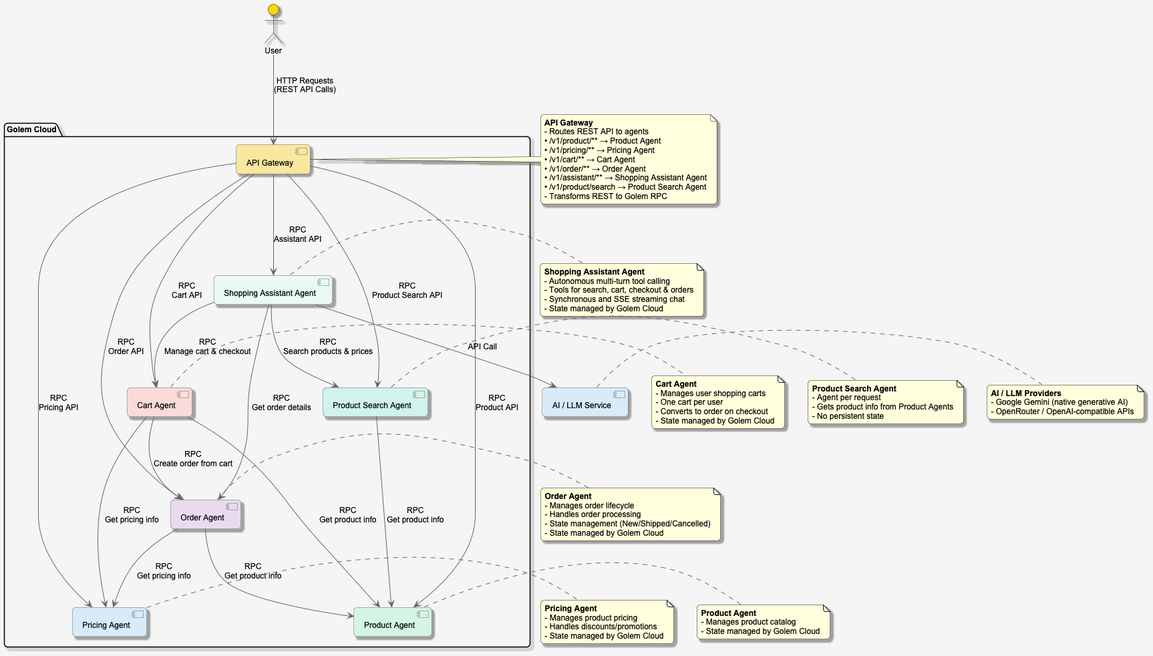
justcoon/golem-shopping-effect keeps this PlantUML diagram as architecture.png. Above is the earlier version.
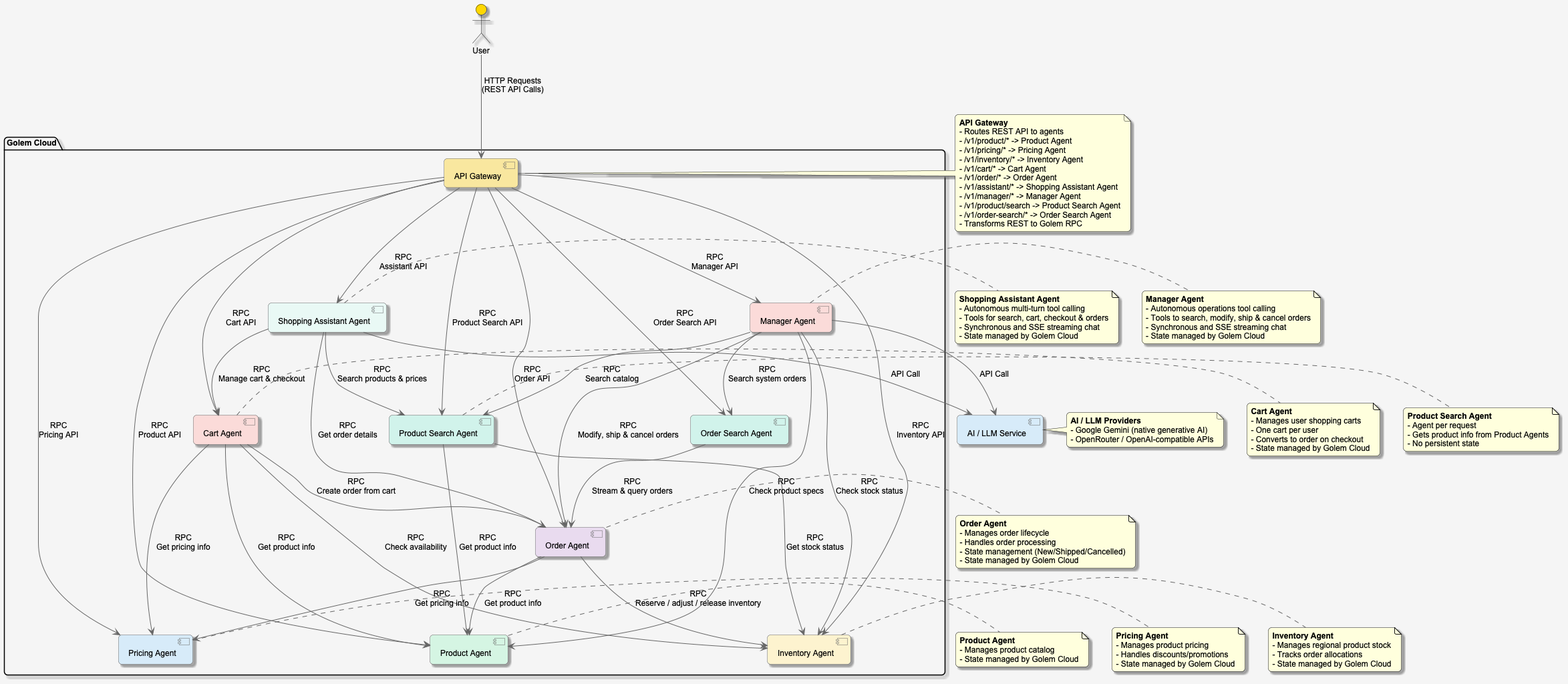
Above is the later version.

What changed in the source:
```diff
@@ -16,41 +16,66 @@
     [API Gateway] as gateway #F9E79F
     [Product Agent] as product #D5F5E3
     [Pricing Agent] as pricing #D6EAF8
+    [Inventory Agent] as inventory #FCF3CF
     [Cart Agent] as cart #FADBD8
     [Order Agent] as order #E8DAEF
     [Product Search Agent] as product_search #D1F2EB
+    [Order Search Agent] as order_search #D1F2EB
     [Shopping Assistant Agent] as assistant #E8F8F5
+    [Manager Agent] as manager #FADBD8
 }
+
+[AI / LLM Service] as llm #D6EAF8
 
 user --> gateway : "HTTP Requests\n(REST API Calls)"
 
 gateway --> product : "RPC\nProduct API"
 gateway --> pricing : "RPC\nPricing API"
+gateway --> inventory : "RPC\nInventory API"
 gateway --> cart : "RPC\nCart API"
 gateway --> order : "RPC\nOrder API"
 gateway --> product_search : "RPC\nProduct Search API"
+gateway --> order_search : "RPC\nOrder Search API"
 gateway --> assistant : "RPC\nAssistant API"
+gateway --> manager : "RPC\nManager API"
 
 cart --> product : "RPC\nGet product info"
 cart --> pricing : "RPC\nGet pricing info"
+cart --> inventory : "RPC\nCheck availability"
 cart --> order : "RPC\nCreate order from cart"
 order --> product : "RPC\nGet product info"
 order --> pricing : "RPC\nGet pricing info"
+order --> inventory : "RPC\nReserve / adjust / release inventory"
 product_search --> product : "RPC\nGet product info"
+product_search --> inventory : "RPC\nGet stock status"
 
 assistant --> product_search : "RPC\nSearch products & prices"
 assistant --> cart : "RPC\nManage cart & checkout"
 assistant --> order : "RPC\nGet order details"
 
+order_search --> order : "RPC\nStream & query orders"
+
+manager --> order : "RPC\nModify, ship & cancel orders"
+manager --> order_search : "RPC\nSearch system orders"
+manager --> product : "RPC\nCheck product specs"
+manager --> inventory : "RPC\nCheck stock status"
+manager --> product_search : "RPC\nSearch catalog"
+
+assistant --> llm : "API Call"
+manager --> llm : "API Call"
+
 note right of gateway
   <b>API Gateway</b>
   - Routes REST API to agents
-  • /v1/product/** → Product Agent
-  • /v1/pricing/** → Pricing Agent
-  • /v1/cart/** → Cart Agent
-  • /v1/order/** → Order Agent
-  • /v1/assistant/** → Shopping Assistant Agent
-  • /v1/product/search → Product Search Agent
+  - /v1/product/* -> Product Agent
+  - /v1/pricing/* -> Pricing Agent
+  - /v1/inventory/* -> Inventory Agent
+  - /v1/cart/* -> Cart Agent
+  - /v1/order/* -> Order Agent
+  - /v1/assistant/* -> Shopping Assistant Agent
+  - /v1/manager/* -> Manager Agent
+  - /v1/product/search -> Product Search Agent
+  - /v1/order-search/* -> Order Search Agent
   - Transforms REST to Golem RPC
 end note
 
@@ -64,6 +89,13 @@
   <b>Pricing Agent</b>
   - Manages product pricing
   - Handles discounts/promotions
+  - State managed by Golem Cloud
+end note
+
+note right of inventory
+  <b>Inventory Agent</b>
+  - Manages regional product stock
+  - Tracks order allocations
   - State managed by Golem Cloud
 end note
 
@@ -90,10 +122,6 @@
   - No persistent state
 end note
 
-[AI / LLM Service] as llm #D6EAF8
-
-assistant --> llm : "API Call"
-
 note right of llm
   <b>AI / LLM Providers</b>
   - Google Gemini (native generative AI)
@@ -108,4 +136,12 @@
   - State managed by Golem Cloud
 end note
 
+note right of manager
+  <b>Manager Agent</b>
+  - Autonomous operations tool calling
+  - Tools to search, modify, ship & cancel orders
+  - Synchronous and SSE streaming chat
+  - State managed by Golem Cloud
+end note
+
 @enduml
```
